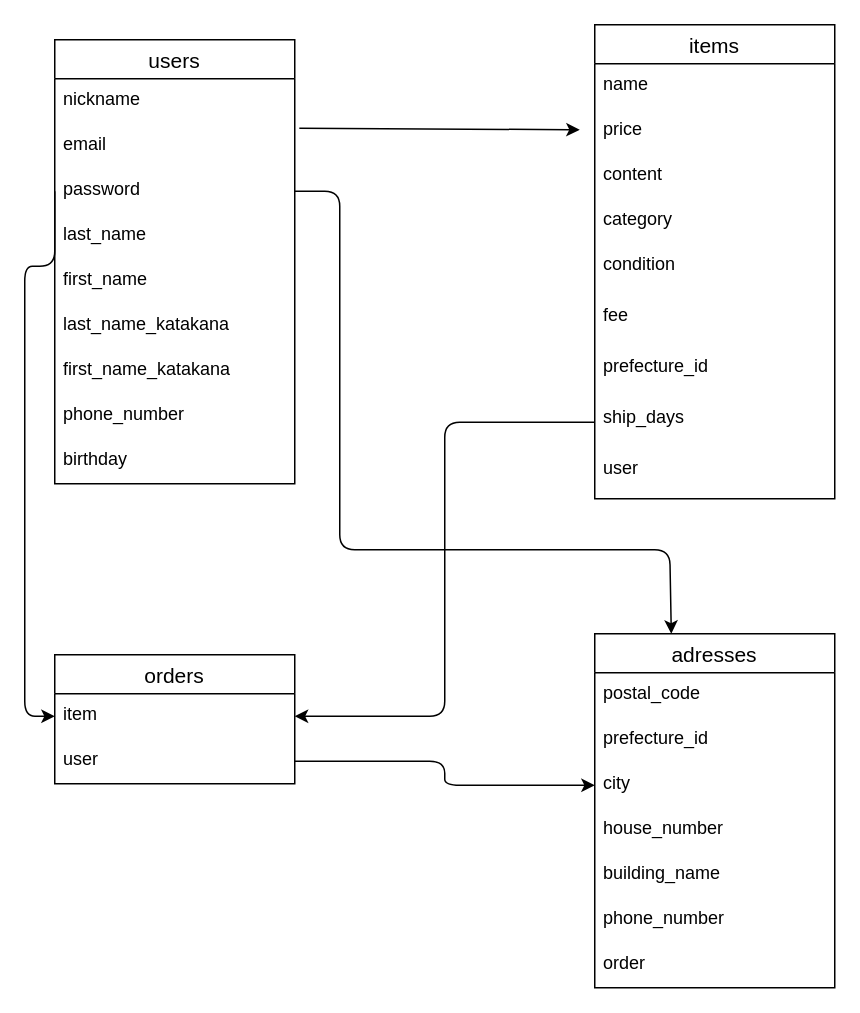
wiz-program/furima-39372 keeps this draw.io diagram as furima.dio. Above is the earlier version. Source tidied: cells renumbered, new cells numbered last; positions are measured from the earlier drawing's top-left corner, leaving out a move shared by most shapes. Both pictures are drawn from the tidied source at 150%, with x=0, y=0 at pixel (24, 24).
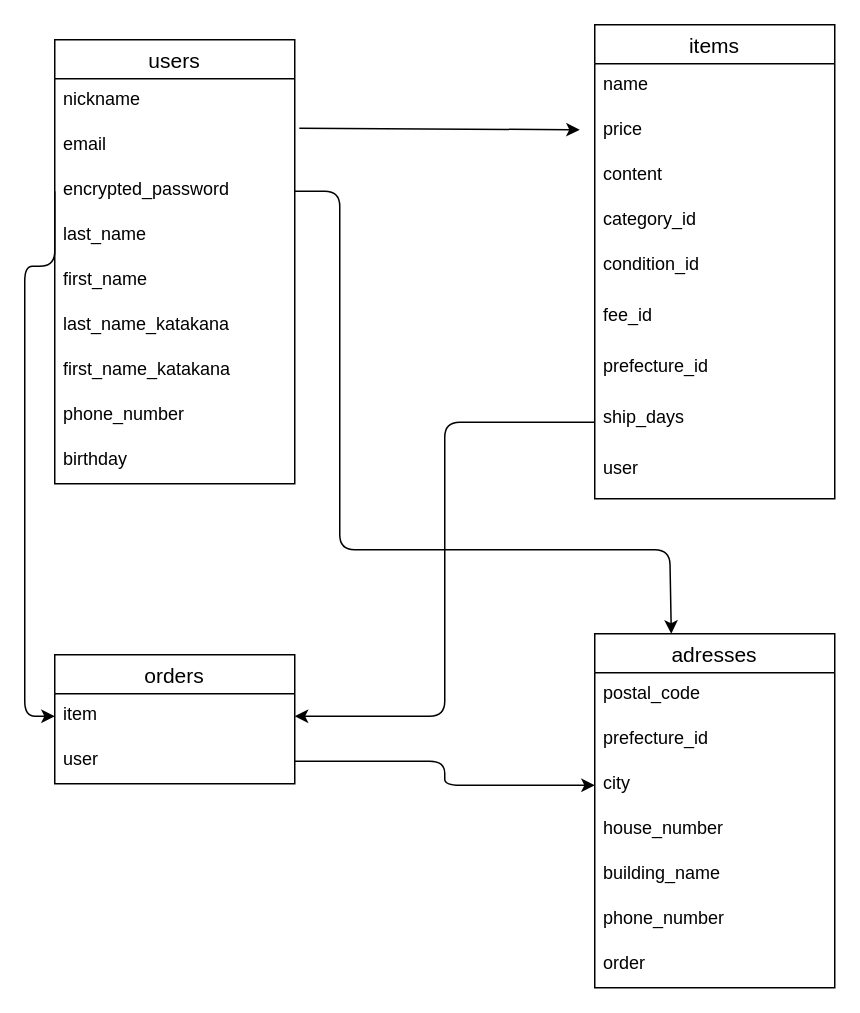
After the change.

Commit message (it also covers changes not shown here):
データベース設計(修正③)

#What
ER図とREADME作成

#Why
データベース設計に誤りがないようにするため

GyazoのURL

https://gyazo.com/00addd9ca22226c907a4b77860abff90

Unchanged cells that the change refers to:
```xml
<mxCell id="3" value="users" style="swimlane;fontStyle=0;horizontal=1;startSize=26;align=center;fontSize=14;" parent="1" vertex="1">
  <mxGeometry x="20" y="10" width="160" height="296" as="geometry" />
</mxCell>
<mxCell id="13" value="items" style="swimlane;fontStyle=0;horizontal=1;startSize=26;align=center;fontSize=14;" parent="1" vertex="1">
  <mxGeometry x="380" width="160" height="316" as="geometry" />
</mxCell>
```

The edit, as a diff of the source:
```diff
@@
-    <mxCell id="6" value="password" style="text;strokeColor=none;fillColor=none;spacingLeft=4;spacingRight=4;overflow=hidden;points=[[0,0.5],[1,0.5]];portConstraint=eastwest;fontSize=12;" parent="3" vertex="1">
+    <mxCell id="6" value="encrypted_password" style="text;strokeColor=none;fillColor=none;spacingLeft=4;spacingRight=4;overflow=hidden;points=[[0,0.5],[1,0.5]];portConstraint=eastwest;fontSize=12;" parent="3" vertex="1">
       <mxGeometry y="86" width="160" height="30" as="geometry" />
     </mxCell>
@@
-    <mxCell id="17" value="category" style="text;strokeColor=none;fillColor=none;spacingLeft=4;spacingRight=4;overflow=hidden;fontSize=12;" parent="13" vertex="1">
+    <mxCell id="17" value="category_id" style="text;strokeColor=none;fillColor=none;spacingLeft=4;spacingRight=4;overflow=hidden;fontSize=12;" parent="13" vertex="1">
       <mxGeometry y="116" width="160" height="30" as="geometry" />
     </mxCell>
-    <mxCell id="18" value="condition" style="text;strokeColor=none;fillColor=none;spacingLeft=4;spacingRight=4;overflow=hidden;fontSize=12;" parent="13" vertex="1">
+    <mxCell id="18" value="condition_id" style="text;strokeColor=none;fillColor=none;spacingLeft=4;spacingRight=4;overflow=hidden;fontSize=12;" parent="13" vertex="1">
       <mxGeometry y="146" width="160" height="34" as="geometry" />
     </mxCell>
-    <mxCell id="19" value="fee" style="text;strokeColor=none;fillColor=none;spacingLeft=4;spacingRight=4;overflow=hidden;fontSize=12;" parent="13" vertex="1">
+    <mxCell id="19" value="fee_id" style="text;strokeColor=none;fillColor=none;spacingLeft=4;spacingRight=4;overflow=hidden;fontSize=12;" parent="13" vertex="1">
       <mxGeometry y="180" width="160" height="34" as="geometry" />
     </mxCell>
```
